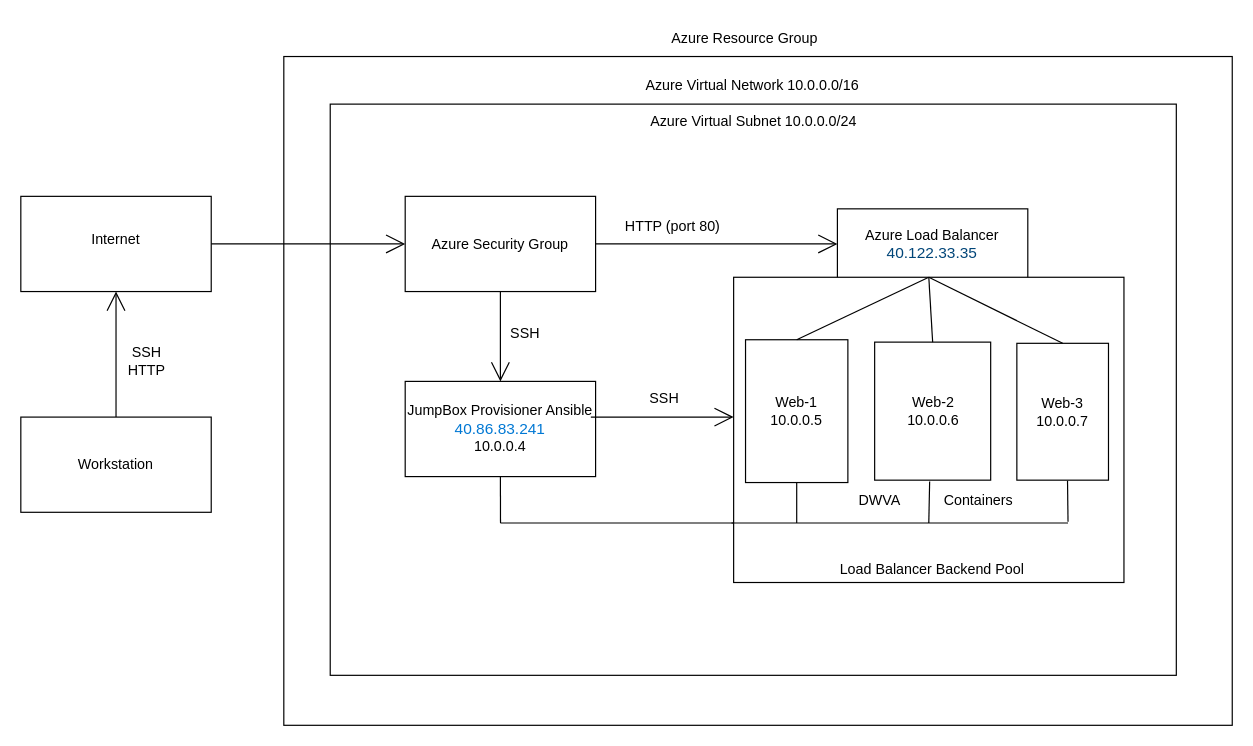
The draw.io diagram HW12CloudUnit.drawio in esteveziegler/literate-octo-sniffle, before the edit. Source tidied: cells renumbered, new cells numbered last; positions are measured from the earlier drawing's top-left corner, leaving out a move shared by most shapes. Both pictures are drawn from the tidied source at 119%, with x=0, y=0 at pixel (20, 20).
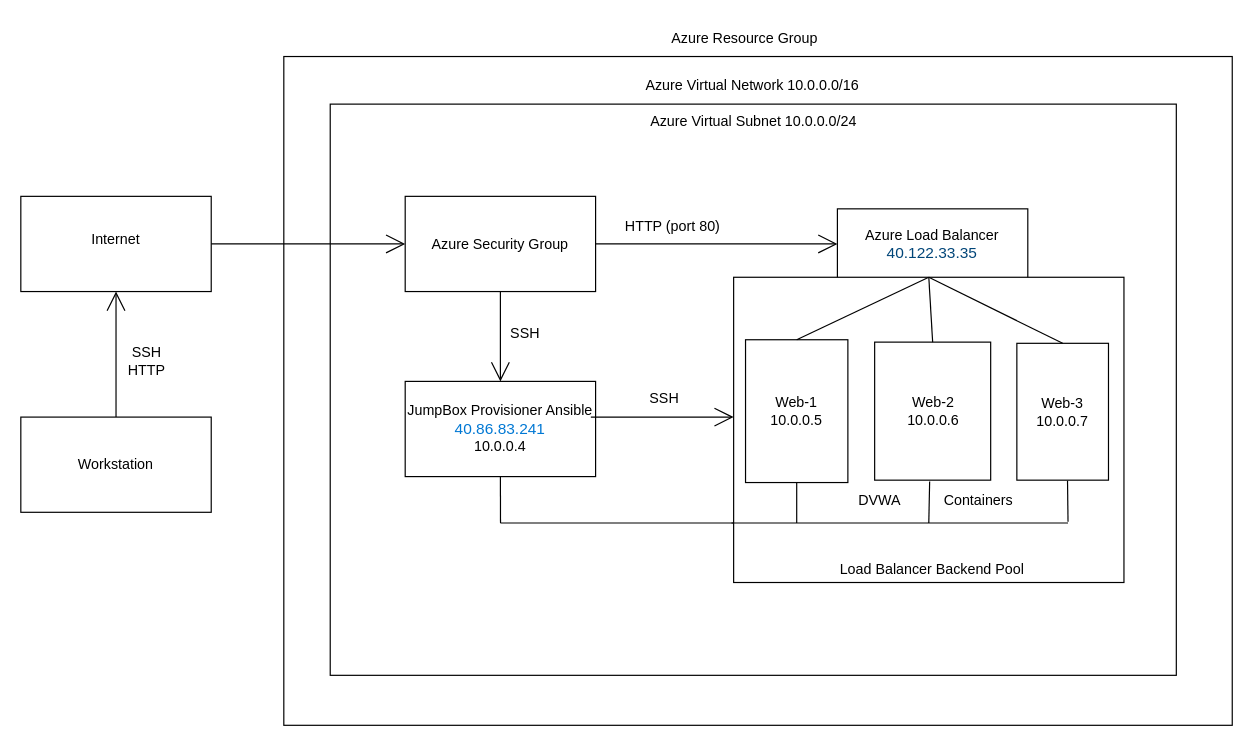
The same page after the edit.

Change to the diagram source:
```diff
@@
-    <mxCell id="35" value="DWVA" style="text;strokeColor=none;fillColor=none;html=1;align=center;verticalAlign=middle;whiteSpace=wrap;rounded=0;hachureGap=4;" parent="1" vertex="1">
+    <mxCell id="35" value="DVWA" style="text;strokeColor=none;fillColor=none;html=1;align=center;verticalAlign=middle;whiteSpace=wrap;rounded=0;hachureGap=4;" parent="1" vertex="1">
       <mxGeometry x="691.5" y="388" width="60" height="30" as="geometry" />
     </mxCell>
```
